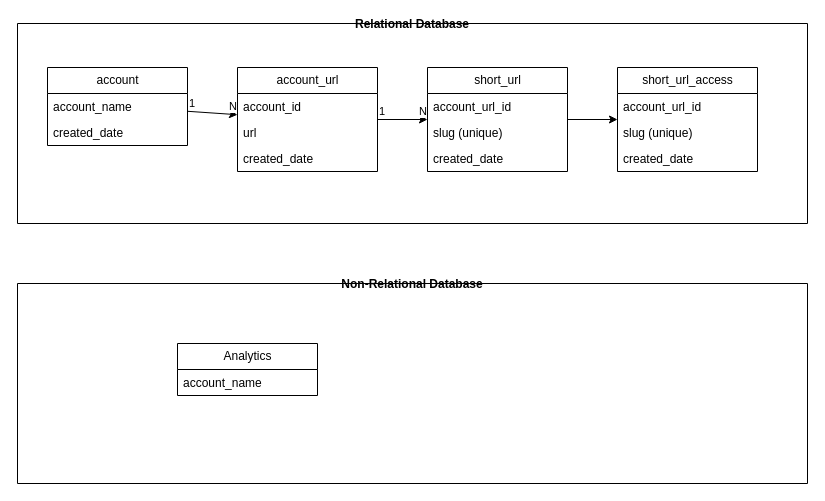
This is _docs/er_design.dio from leonardoramosantos/url_shortener, a draw.io file, before an edit. Source tidied: cells renumbered, new cells numbered last; positions are measured from the earlier drawing's top-left corner, leaving out a move shared by most shapes. Both pictures are drawn from the tidied source at 100%, with x=0, y=0 at pixel (17, 23).
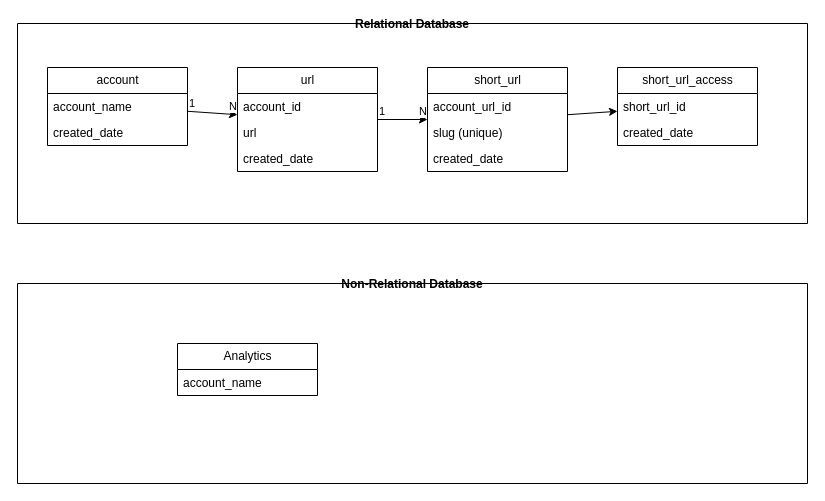
Above is the later version.

The change refers to these unchanged cells:
```xml
<mxCell id="2" value="Relational Database" style="swimlane;startSize=0;" parent="1" vertex="1">
  <mxGeometry width="790" height="200" as="geometry" />
</mxCell>
```

What changed in the source:
```diff
@@
-    <mxCell id="3" value="account_url" style="swimlane;fontStyle=0;horizontal=1;startSize=26;fillColor=none;html=1;" parent="2" vertex="1">
+    <mxCell id="3" value="&lt;div&gt;&lt;span style=&quot;background-color: transparent;&quot;&gt;url&lt;/span&gt;&lt;br&gt;&lt;/div&gt;" style="swimlane;fontStyle=0;horizontal=1;startSize=26;fillColor=none;html=1;" parent="2" vertex="1">
       <mxGeometry x="220" y="44" width="140" height="104" as="geometry" />
     </mxCell>
@@
     <mxCell id="21" value="short_url_access" style="swimlane;fontStyle=0;horizontal=1;startSize=26;fillColor=none;html=1;" parent="2" vertex="1">
-      <mxGeometry x="600" y="44" width="140" height="104" as="geometry" />
+      <mxGeometry x="600" y="44" width="140" height="78" as="geometry" />
     </mxCell>
-    <mxCell id="22" value="account_url_id" style="text;strokeColor=none;fillColor=none;align=left;verticalAlign=top;spacingLeft=4;spacingRight=4;overflow=hidden;whiteSpace=wrap;html=1;" parent="21" vertex="1">
+    <mxCell id="22" value="short_url_id" style="text;strokeColor=none;fillColor=none;align=left;verticalAlign=top;spacingLeft=4;spacingRight=4;overflow=hidden;whiteSpace=wrap;html=1;" parent="21" vertex="1">
       <mxGeometry y="26" width="140" height="26" as="geometry" />
     </mxCell>
-    <mxCell id="23" value="slug (unique)" style="text;strokeColor=none;fillColor=none;align=left;verticalAlign=top;spacingLeft=4;spacingRight=4;overflow=hidden;whiteSpace=wrap;html=1;" parent="21" vertex="1">
-      <mxGeometry y="52" width="140" height="26" as="geometry" />
-    </mxCell>
     <mxCell id="24" value="created_date" style="text;strokeColor=none;fillColor=none;align=left;verticalAlign=top;spacingLeft=4;spacingRight=4;overflow=hidden;whiteSpace=wrap;html=1;" parent="21" vertex="1">
-      <mxGeometry y="78" width="140" height="26" as="geometry" />
+      <mxGeometry y="52" width="140" height="26" as="geometry" />
     </mxCell>
```
